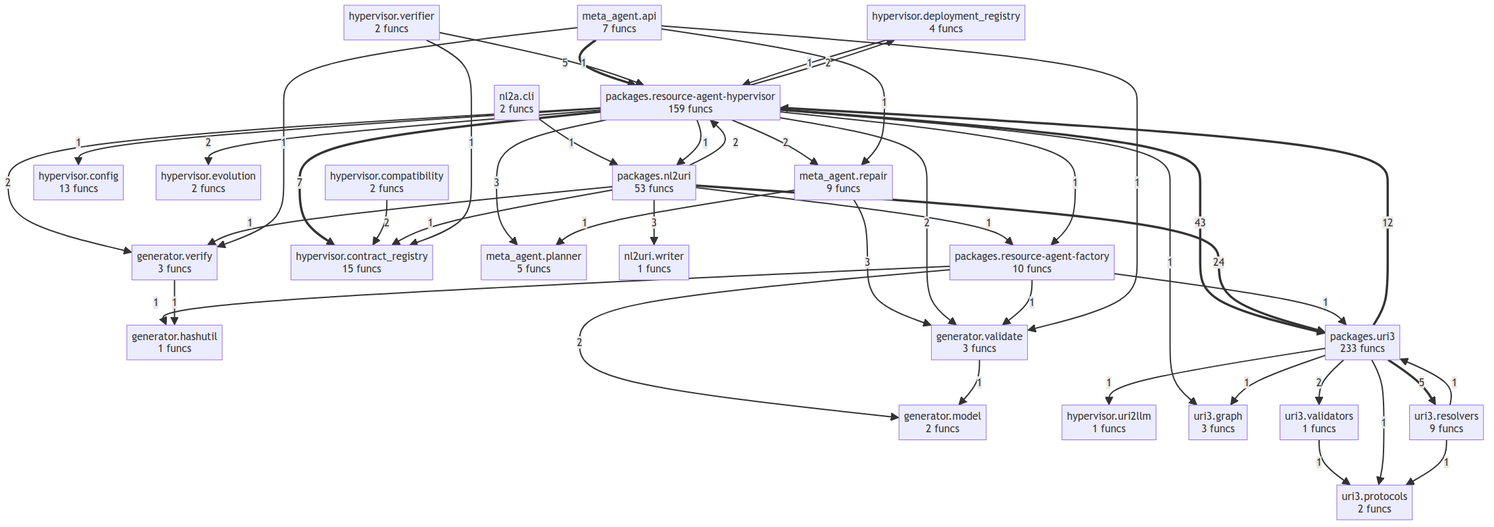
tellmesh/tellmesh keeps this Mermaid diagram as project/compact_flow.png. Above is the earlier version. Its source is kept beside it as project/compact_flow.mmd.
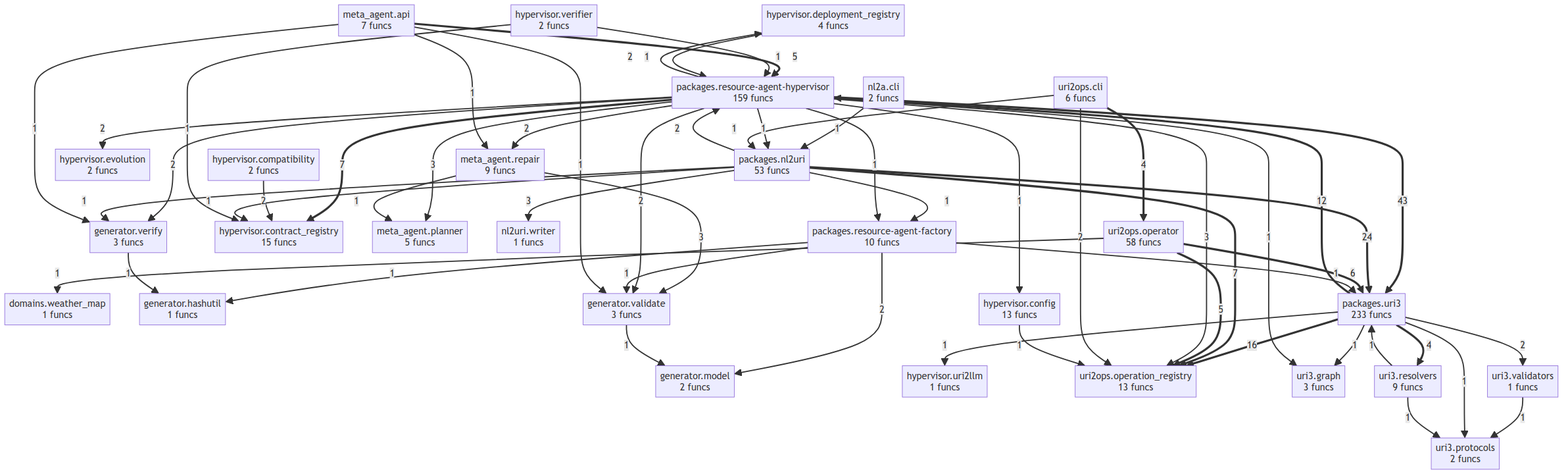
After the commit.

What changed in the source:
```diff
@@ -1,4 +1,5 @@
 flowchart TD
+    domains__weather_map["domains.weather_map<br/>1 funcs"]
     generator__hashutil["generator.hashutil<br/>1 funcs"]
     generator__model["generator.model<br/>2 funcs"]
     generator__validate["generator.validate<br/>3 funcs"]
@@ -19,19 +20,29 @@
     packages__resource_agent_factory["packages.resource-agent-factory<br/>10 funcs"]
     packages__resource_agent_hypervisor["packages.resource-agent-hypervisor<br/>159 funcs"]
     packages__uri3["packages.uri3<br/>233 funcs"]
+    uri2ops__cli["uri2ops.cli<br/>6 funcs"]
+    uri2ops__operation_registry["uri2ops.operation_registry<br/>13 funcs"]
+    uri2ops__operator["uri2ops.operator<br/>58 funcs"]
     uri3__graph["uri3.graph<br/>3 funcs"]
     uri3__protocols["uri3.protocols<br/>2 funcs"]
     uri3__resolvers["uri3.resolvers<br/>9 funcs"]
     uri3__validators["uri3.validators<br/>1 funcs"]
     packages__resource_agent_hypervisor ==>|43| packages__uri3
     packages__nl2uri ==>|24| packages__uri3
+    packages__uri3 ==>|16| uri2ops__operation_registry
     packages__uri3 ==>|12| packages__resource_agent_hypervisor
+    packages__nl2uri ==>|7| uri2ops__operation_registry
     packages__resource_agent_hypervisor ==>|7| hypervisor__contract_registry
-    packages__uri3 ==>|5| uri3__resolvers
+    uri2ops__operator ==>|6| packages__uri3
     meta_agent__api ==>|5| packages__resource_agent_hypervisor
+    uri2ops__operator ==>|5| uri2ops__operation_registry
+    packages__uri3 ==>|4| uri3__resolvers
+    uri2ops__cli ==>|4| uri2ops__operator
     packages__nl2uri -->|3| nl2uri__writer
     packages__resource_agent_hypervisor -->|3| meta_agent__planner
     meta_agent__repair -->|3| generator__validate
+    packages__resource_agent_hypervisor -->|3| uri2ops__operation_registry
+    packages__uri3 -->|2| uri3__validators
     packages__resource_agent_factory -->|2| generator__model
     packages__nl2uri -->|2| packages__resource_agent_hypervisor
     packages__resource_agent_hypervisor -->|2| generator__validate
@@ -40,7 +51,8 @@
     packages__resource_agent_hypervisor -->|2| hypervisor__evolution
     packages__resource_agent_hypervisor -->|2| hypervisor__deployment_registry
     hypervisor__compatibility -->|2| hypervisor__contract_registry
-    packages__uri3 -->|2| uri3__validators
+    uri2ops__cli -->|2| uri2ops__operation_registry
+    packages__uri3 -->|1| uri3__graph
     uri3__validators -->|1| uri3__protocols
     packages__uri3 -->|1| uri3__protocols
     packages__uri3 -->|1| hypervisor__uri2llm
@@ -63,7 +75,9 @@
     hypervisor__verifier -->|1| hypervisor__contract_registry
     hypervisor__verifier -->|1| packages__resource_agent_hypervisor
     packages__resource_agent_hypervisor -->|1| hypervisor__config
+    hypervisor__config -->|1| uri2ops__operation_registry
     packages__resource_agent_hypervisor -->|1| uri3__graph
     packages__resource_agent_hypervisor -->|1| packages__nl2uri
     hypervisor__deployment_registry -->|1| packages__resource_agent_hypervisor
-    packages__uri3 -->|1| uri3__graph
+    uri2ops__operator -->|1| domains__weather_map
+    uri2ops__cli -->|1| packages__nl2uri
```
